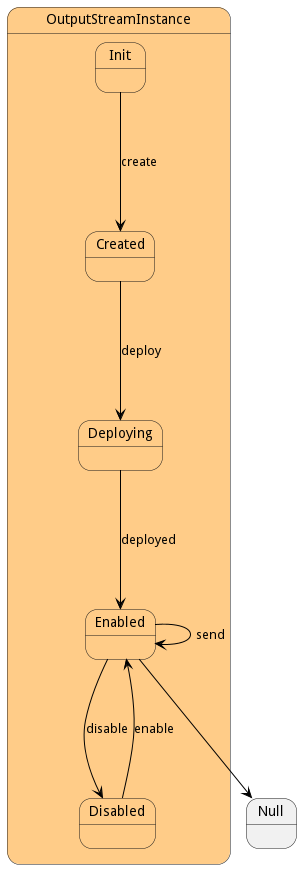
Above: docs/sabr/diml/dsm/models/outputstreaminstance/statenet.png in madajaju/sabr (PlantUML), before the change. The source it was exported from:
```plantuml
@startuml



state OutputStreamInstance #ffcc88 {

    state Init #ffcc88 {
    }

    state Created #ffcc88 {
    }

    state Deploying #ffcc88 {
    }

    state Enabled #ffcc88 {
    }

    state Disabled #ffcc88 {
    }




Init -[#black]--> Created : create

Created -[#black]--> Deploying : deploy

Deploying -[#black]--> Enabled : deployed

Enabled -[#black]--> Disabled : disable

Enabled -[#black]--> Enabled : send

Disabled -[#black]--> Enabled : enable

}


 Enabled -[#black]--> Null


@enduml
```
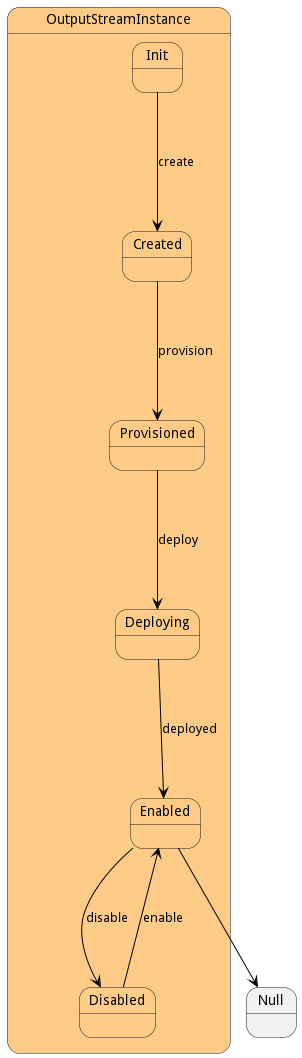
After the change.

Change to the diagram source:
```diff
@@ -8,6 +8,9 @@
     }
 
     state Created #ffcc88 {
+    }
+
+    state Provisioned #ffcc88 {
     }
 
     state Deploying #ffcc88 {
@@ -24,13 +27,13 @@
 
 Init -[#black]--> Created : create
 
-Created -[#black]--> Deploying : deploy
+Created -[#black]--> Provisioned : provision
+
+Provisioned -[#black]--> Deploying : deploy
 
 Deploying -[#black]--> Enabled : deployed
 
 Enabled -[#black]--> Disabled : disable
-
-Enabled -[#black]--> Enabled : send
 
 Disabled -[#black]--> Enabled : enable
 
```
